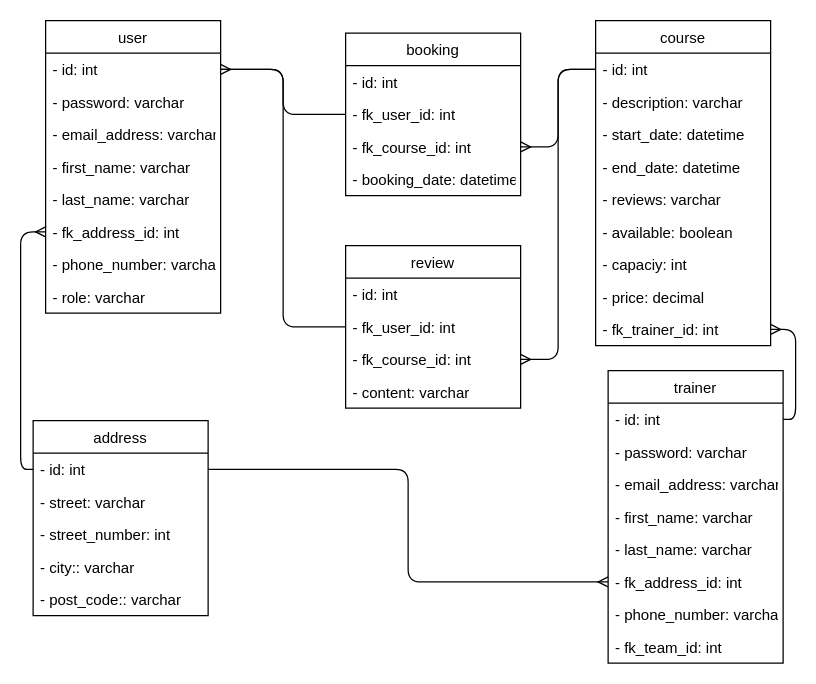
Keltroz/Full-Stck-Project keeps this draw.io diagram as page "3-rd_NF" (4 of 5) of db.drawio. Above is the earlier version. Source tidied: cells renumbered, new cells numbered last; positions are measured from the earlier drawing's top-left corner, leaving out a move shared by most shapes. Both pictures are drawn from the tidied source at 125%, with x=0, y=0 at pixel (32, 20).
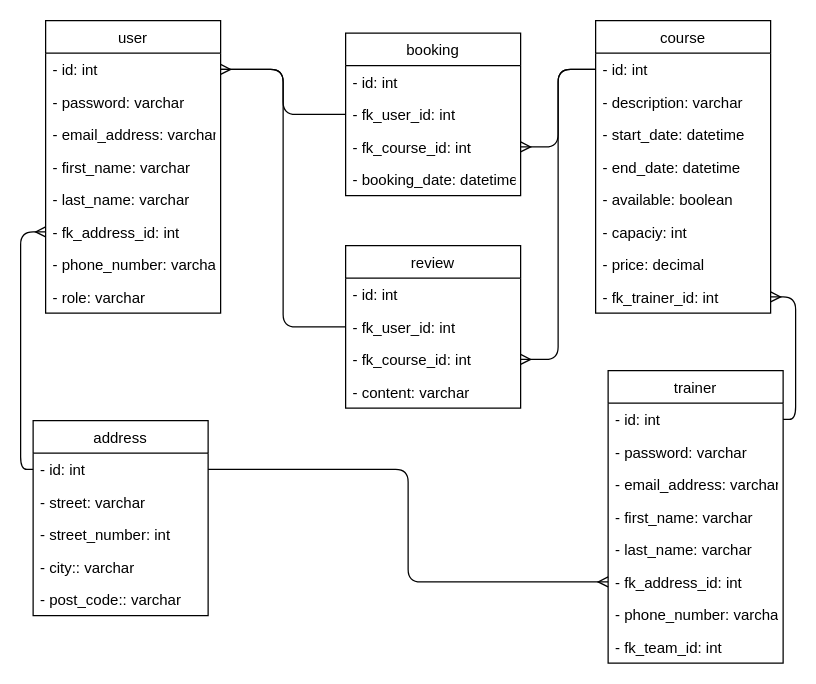
After the change.

Change to the diagram source:
```diff
@@
     <mxCell id="11" value="course" style="swimlane;fontStyle=0;horizontal=1;startSize=26;fillColor=none;" parent="1" vertex="1">
-      <mxGeometry x="450" width="140" height="260" as="geometry" />
+      <mxGeometry x="450" width="140" height="234" as="geometry" />
     </mxCell>
@@
-    <mxCell id="16" value="- reviews: varchar" style="text;strokeColor=none;fillColor=none;align=left;verticalAlign=top;spacingLeft=4;spacingRight=4;overflow=hidden;" parent="11" vertex="1">
-      <mxGeometry y="130" width="140" height="26" as="geometry" />
-    </mxCell>
     <mxCell id="17" value="- available: boolean" style="text;strokeColor=none;fillColor=none;align=left;verticalAlign=top;spacingLeft=4;spacingRight=4;overflow=hidden;" parent="11" vertex="1">
-      <mxGeometry y="156" width="140" height="26" as="geometry" />
+      <mxGeometry y="130" width="140" height="26" as="geometry" />
     </mxCell>
     <mxCell id="18" value="- capaciy: int" style="text;strokeColor=none;fillColor=none;align=left;verticalAlign=top;spacingLeft=4;spacingRight=4;overflow=hidden;" parent="11" vertex="1">
-      <mxGeometry y="182" width="140" height="26" as="geometry" />
+      <mxGeometry y="156" width="140" height="26" as="geometry" />
     </mxCell>
     <mxCell id="19" value="- price: decimal" style="text;strokeColor=none;fillColor=none;align=left;verticalAlign=top;spacingLeft=4;spacingRight=4;overflow=hidden;" parent="11" vertex="1">
-      <mxGeometry y="208" width="140" height="26" as="geometry" />
+      <mxGeometry y="182" width="140" height="26" as="geometry" />
     </mxCell>
     <mxCell id="20" value="- fk_trainer_id: int" style="text;strokeColor=none;fillColor=none;align=left;verticalAlign=top;spacingLeft=4;spacingRight=4;overflow=hidden;points=[[0,0.5],[1,0.5]];portConstraint=eastwest;" parent="11" vertex="1">
-      <mxGeometry y="234" width="140" height="26" as="geometry" />
+      <mxGeometry y="208" width="140" height="26" as="geometry" />
     </mxCell>
```
